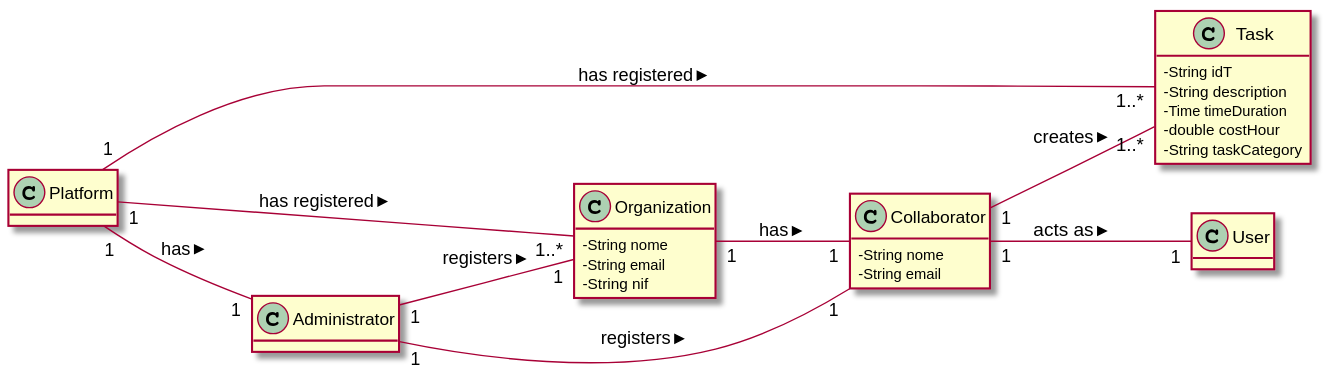
Earlier version of the PlantUML export docs/UC2/UC2_MD.svg (1190452/LAPR2). The source it was exported from:
```plantuml
@startuml
skinparam classAttributeIconSize 0
hide methods
left to right direction

class Platform{
}


class Organization {
  -String nome
  -String email
  -String nif
}

class Collaborator{
  -String nome
  -String email
}

class Task {
  -String idT
  -String description
  -Time timeDuration
  -double costHour
  -String taskCategory
}


class User {
}



Platform "1" -- "1..*" Organization: has registered >




Organization "1" -- "1" Collaborator: has >
Collaborator "1" -- "1" User: acts as >

Administrator "1" -- "1" Organization: registers >

Administrator "1" -- "1" Collaborator: registers >

Platform "1" -- "1..*" Task: has registered >




Platform "1" -- "1" Administrator: has >
Collaborator "1" -- "1..*" Task: creates >




@enduml
```
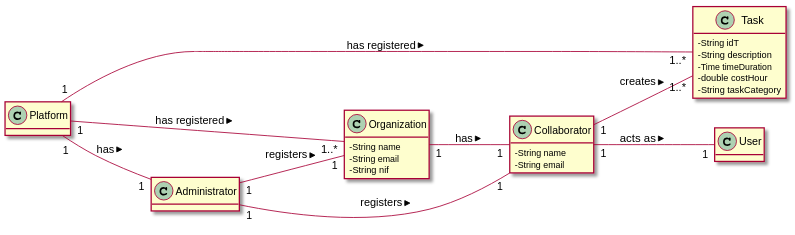
The same diagram one commit later.

The edit, as a diff of the source:
```diff
@@ -8,13 +8,13 @@
 
 
 class Organization {
-  -String nome
+  -String name
   -String email
   -String nif
 }
 
 class Collaborator{
-  -String nome
+  -String name
   -String email
 }
 
```
